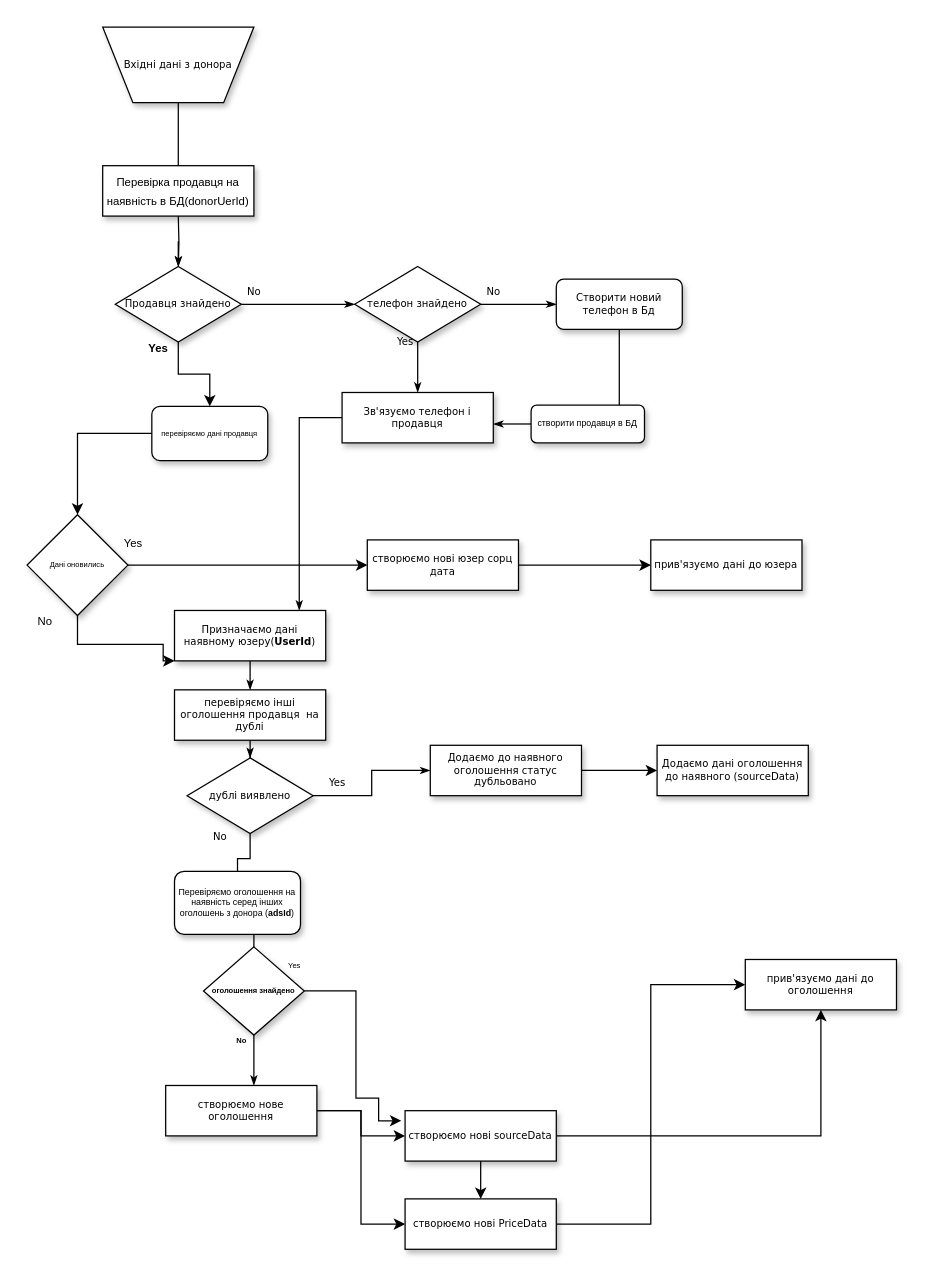
The draw.io diagram Диаграмма без названия.drawio in Dromich/car_dog_diagram, before the edit. Source tidied: cells renumbered, new cells numbered last; positions are measured from the earlier drawing's top-left corner, leaving out a move shared by most shapes. Both pictures are drawn from the tidied source at 126%, with x=0, y=0 at pixel (26, 26).
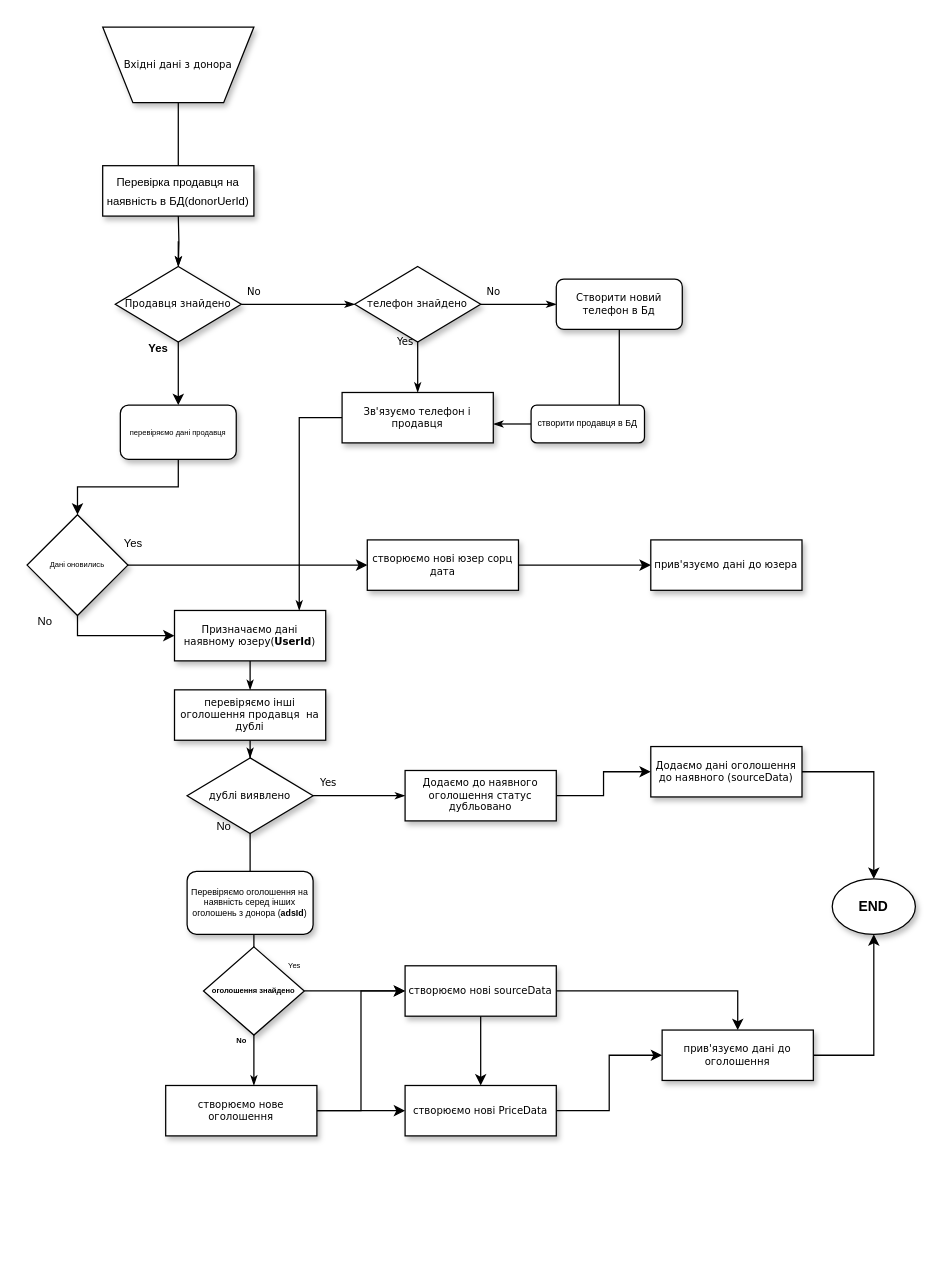
Above is the later version.

The change refers to these unchanged cells:
```xml
<mxCell id="16" value="Призначаємо дані наявному юзеру(&lt;b&gt;UserId&lt;/b&gt;)" style="whiteSpace=wrap;html=1;rounded=0;shadow=1;labelBackgroundColor=none;strokeWidth=1;fontFamily=Verdana;fontSize=8;align=center;spacing=6;" parent="1" vertex="1">
  <mxGeometry x="117" y="463" width="120" height="40" as="geometry" />
</mxCell>
<mxCell id="26" value="створюємо нове оголошення" style="whiteSpace=wrap;html=1;rounded=0;shadow=1;labelBackgroundColor=none;strokeWidth=1;fontFamily=Verdana;fontSize=8;align=center;" parent="1" vertex="1">
  <mxGeometry x="110" y="840" width="120" height="40" as="geometry" />
</mxCell>
<mxCell id="42" value="&lt;font style=&quot;font-size: 6px;&quot;&gt;&lt;b&gt;оголошення знайдено&lt;/b&gt;&lt;/font&gt;" style="rhombus;whiteSpace=wrap;html=1;shadow=1;fontSize=7;" parent="1" vertex="1">
  <mxGeometry x="140" y="730" width="80" height="70" as="geometry" />
</mxCell>
<mxCell id="47" value="Дані оновились" style="rhombus;whiteSpace=wrap;html=1;shadow=1;fontSize=6;" parent="1" vertex="1">
  <mxGeometry y="387" width="80" height="80" as="geometry" />
</mxCell>
```

Diff of the diagram source:
```diff
@@
-    <mxCell id="20" value="No" style="edgeStyle=orthogonalEdgeStyle;rounded=0;html=1;labelBackgroundColor=none;startSize=5;endArrow=classicThin;endFill=1;endSize=5;jettySize=auto;strokeWidth=1;fontFamily=Verdana;fontSize=8;startArrow=none;" parent="1" edge="1" source="51" target="26">
+    <mxCell id="20" style="edgeStyle=orthogonalEdgeStyle;rounded=0;html=1;labelBackgroundColor=none;startSize=5;endArrow=classicThin;endFill=1;endSize=5;jettySize=auto;strokeWidth=1;fontFamily=Verdana;fontSize=8;startArrow=none;" parent="1" edge="1" source="51" target="26">
       <mxGeometry x="-1" y="-82" relative="1" as="geometry">
         <Array as="points">
           <mxPoint x="180" y="760" />
           <mxPoint x="180" y="760" />
         </Array>
         <mxPoint x="55" y="-77" as="offset" />
       </mxGeometry>
     </mxCell>
@@
     <mxCell id="23" value="Додаємо до наявного оголошення статус дубльовано" style="whiteSpace=wrap;html=1;rounded=0;shadow=1;labelBackgroundColor=none;strokeWidth=1;fontFamily=Verdana;fontSize=8;align=center;" parent="1" vertex="1">
-      <mxGeometry x="320" y="570" width="120" height="40" as="geometry" />
+      <mxGeometry x="300" y="590" width="120" height="40" as="geometry" />
     </mxCell>
@@
+    <mxCell id="55" style="edgeStyle=orthogonalEdgeStyle;rounded=0;jettySize=auto;html=1;fontSize=11;strokeWidth=1;entryX=0.5;entryY=0;entryDx=0;entryDy=0;" parent="1" edge="1" source="31" target="59">
+      <mxGeometry relative="1" as="geometry" />
+    </mxCell>
     <mxCell id="31" value="Додаємо дані оголошення до наявного (sourceData)" style="whiteSpace=wrap;html=1;rounded=0;shadow=1;labelBackgroundColor=none;strokeWidth=1;fontFamily=Verdana;fontSize=8;align=center;" parent="1" vertex="1">
-      <mxGeometry x="500" y="570" width="120" height="40" as="geometry" />
+      <mxGeometry x="495" y="571" width="120" height="40" as="geometry" />
     </mxCell>
@@
     <mxCell id="34" value="створюємо нові sourceData" style="whiteSpace=wrap;html=1;rounded=0;shadow=1;labelBackgroundColor=none;strokeWidth=1;fontFamily=Verdana;fontSize=8;align=center;" parent="1" vertex="1">
-      <mxGeometry x="300" y="860" width="120" height="40" as="geometry" />
+      <mxGeometry x="300" y="745" width="120" height="40" as="geometry" />
     </mxCell>
@@
     <mxCell id="36" value="створюємо нові PriceData" style="whiteSpace=wrap;html=1;rounded=0;shadow=1;labelBackgroundColor=none;strokeWidth=1;fontFamily=Verdana;fontSize=8;align=center;" parent="1" vertex="1">
-      <mxGeometry x="300" y="930" width="120" height="40" as="geometry" />
+      <mxGeometry x="300" y="840" width="120" height="40" as="geometry" />
     </mxCell>
+    <mxCell id="56" style="edgeStyle=orthogonalEdgeStyle;rounded=0;jettySize=auto;html=1;fontSize=11;strokeWidth=1;entryX=0.5;entryY=1;entryDx=0;entryDy=0;" parent="1" edge="1" source="37" target="59">
+      <mxGeometry relative="1" as="geometry" />
+    </mxCell>
     <mxCell id="37" value="прив'язуємо дані до оголошення" style="whiteSpace=wrap;html=1;rounded=0;shadow=1;labelBackgroundColor=none;strokeWidth=1;fontFamily=Verdana;fontSize=8;align=center;" parent="1" vertex="1">
-      <mxGeometry x="570" y="740" width="120" height="40" as="geometry" />
+      <mxGeometry x="504" y="796" width="120" height="40" as="geometry" />
     </mxCell>
@@
-    <mxCell id="41" style="edgeStyle=orthogonalEdgeStyle;rounded=0;jettySize=auto;html=1;fontSize=6;" parent="1" edge="1" source="42">
-      <mxGeometry relative="1" as="geometry">
-        <mxPoint x="297" y="868" as="targetPoint" />
-        <Array as="points">
-          <mxPoint x="261" y="765" />
-          <mxPoint x="261" y="850" />
-          <mxPoint x="279" y="850" />
-          <mxPoint x="279" y="868" />
-        </Array>
-      </mxGeometry>
-    </mxCell>
+    <mxCell id="57" style="edgeStyle=orthogonalEdgeStyle;rounded=0;jettySize=auto;html=1;fontSize=9;strokeWidth=1;" parent="1" edge="1" source="42" target="34">
+      <mxGeometry relative="1" as="geometry" />
+    </mxCell>
@@
-    <mxCell id="46" style="edgeStyle=orthogonalEdgeStyle;rounded=0;jettySize=auto;html=1;fontSize=9;entryX=0;entryY=1;entryDx=0;entryDy=0;" parent="1" edge="1" source="47" target="16">
+    <mxCell id="46" style="edgeStyle=orthogonalEdgeStyle;rounded=0;jettySize=auto;html=1;fontSize=9;strokeWidth=1;entryX=0;entryY=0.5;entryDx=0;entryDy=0;" parent="1" edge="1" source="47" target="16">
       <mxGeometry relative="1" as="geometry">
         <Array as="points">
-          <mxPoint x="40" y="490" />
-          <mxPoint x="108" y="490" />
-          <mxPoint x="108" y="503" />
+          <mxPoint x="40" y="483" />
         </Array>
       </mxGeometry>
     </mxCell>
@@
     <mxCell id="49" value="перевіряємо дані продавця " style="rounded=1;whiteSpace=wrap;html=1;shadow=1;fontSize=6;" parent="1" vertex="1">
-      <mxGeometry x="99" y="301" width="92" height="43" as="geometry" />
+      <mxGeometry x="74" y="300" width="92" height="43" as="geometry" />
     </mxCell>
@@
     <mxCell id="51" value="Перевіряємо оголошення на наявність серед інших оголошень з донора (&lt;b&gt;adsId&lt;/b&gt;)" style="rounded=1;whiteSpace=wrap;html=1;shadow=1;fontSize=7;" parent="1" vertex="1">
-      <mxGeometry x="117" y="670" width="100" height="50" as="geometry" />
+      <mxGeometry x="127" y="670" width="100" height="50" as="geometry" />
     </mxCell>
@@
+    <mxCell id="58" value="&lt;div&gt;No&lt;/div&gt;" style="text;html=1;align=center;verticalAlign=middle;strokeColor=none;fillColor=none;fontSize=9;" parent="1" vertex="1">
+      <mxGeometry x="142" y="626" width="27" height="18" as="geometry" />
+    </mxCell>
+    <mxCell id="59" value="&lt;font style=&quot;font-size: 11px;&quot;&gt;&lt;b&gt;END&lt;/b&gt;&lt;/font&gt;" style="ellipse;whiteSpace=wrap;html=1;shadow=1;fontSize=9;" parent="1" vertex="1">
+      <mxGeometry x="639" y="676" width="66" height="44" as="geometry" />
+    </mxCell>
```
